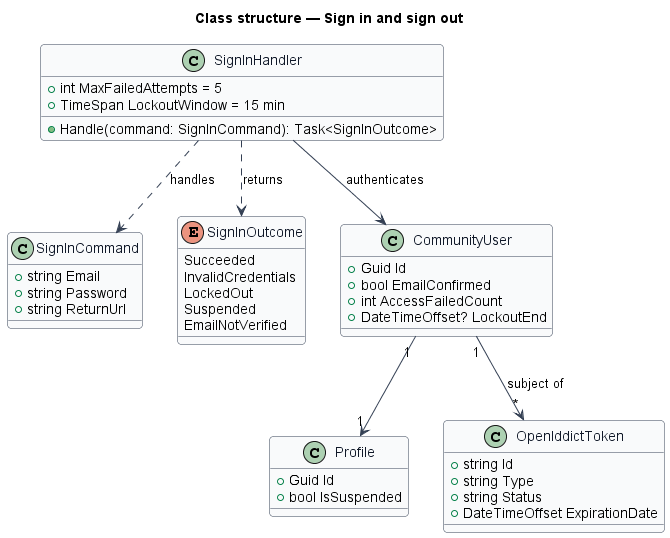
This is docs/detailed-designs/identity/sign-in-and-sign-out/diagrams/class-structure.png from QuinntyneBrown/faithtech-community, a PlantUML export, as it was before one commit.
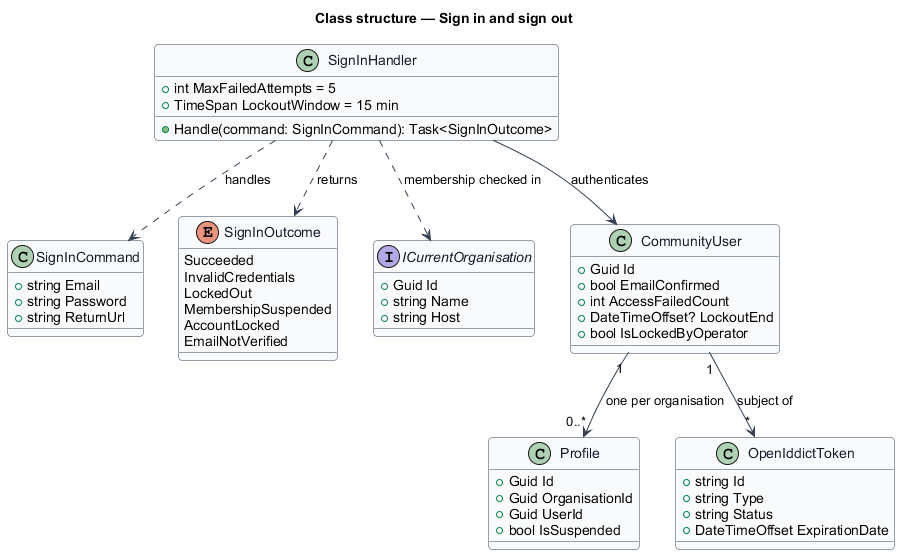
The same file after the commit.

Diff of the diagram source:
```diff
@@ -25,17 +25,26 @@
   Succeeded
   InvalidCredentials
   LockedOut
-  Suspended
+  MembershipSuspended
+  AccountLocked
   EmailNotVerified
+}
+interface ICurrentOrganisation {
+  +Guid Id
+  +string Name
+  +string Host
 }
 class CommunityUser {
   +Guid Id
   +bool EmailConfirmed
   +int AccessFailedCount
   +DateTimeOffset? LockoutEnd
+  +bool IsLockedByOperator
 }
 class Profile {
   +Guid Id
+  +Guid OrganisationId
+  +Guid UserId
   +bool IsSuspended
 }
 class OpenIddictToken {
@@ -47,6 +56,7 @@
 SignInHandler ..> SignInCommand : handles
 SignInHandler ..> SignInOutcome : returns
 SignInHandler --> CommunityUser : authenticates
-CommunityUser "1" --> "1" Profile
+SignInHandler ..> ICurrentOrganisation : membership checked in
+CommunityUser "1" --> "0..*" Profile : one per organisation
 CommunityUser "1" --> "*" OpenIddictToken : subject of
 @enduml
```
